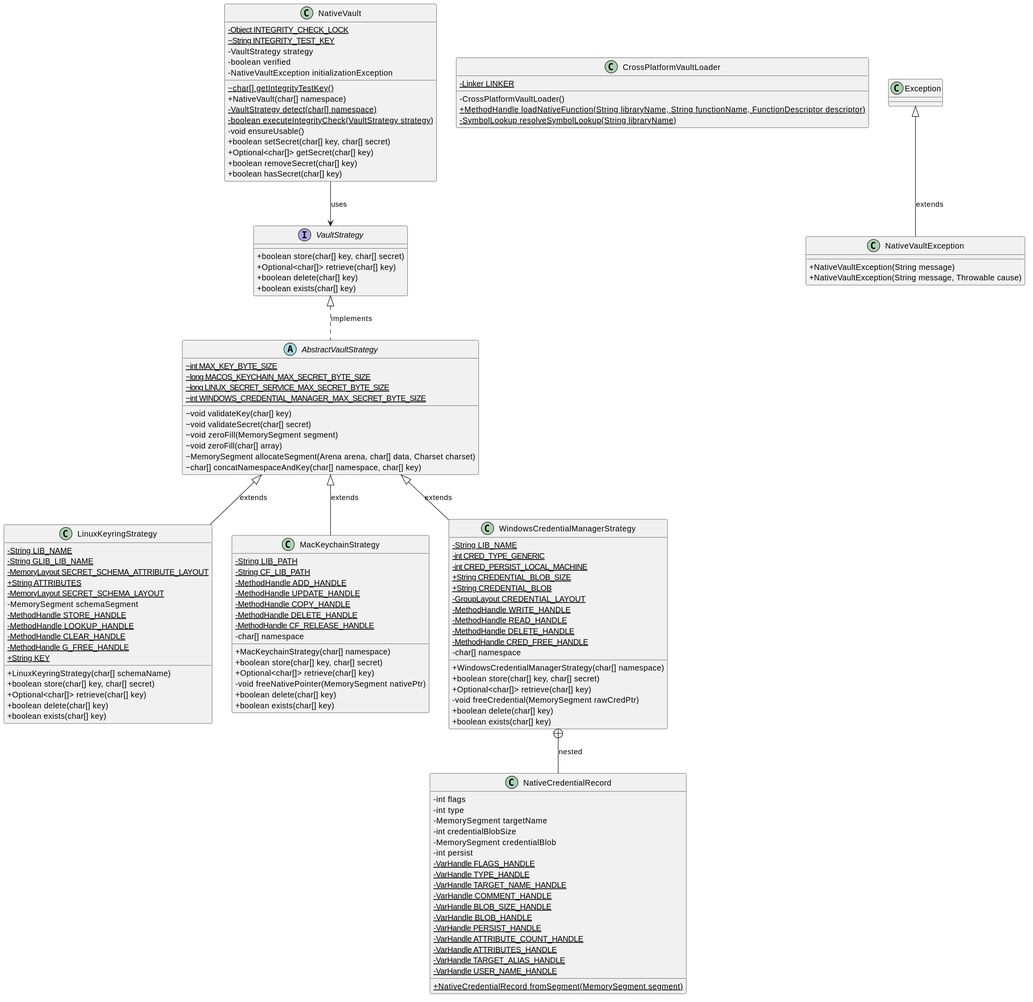
Earlier version of the PlantUML export .myresources/uml/class.svg (Lob2018/native-vault).
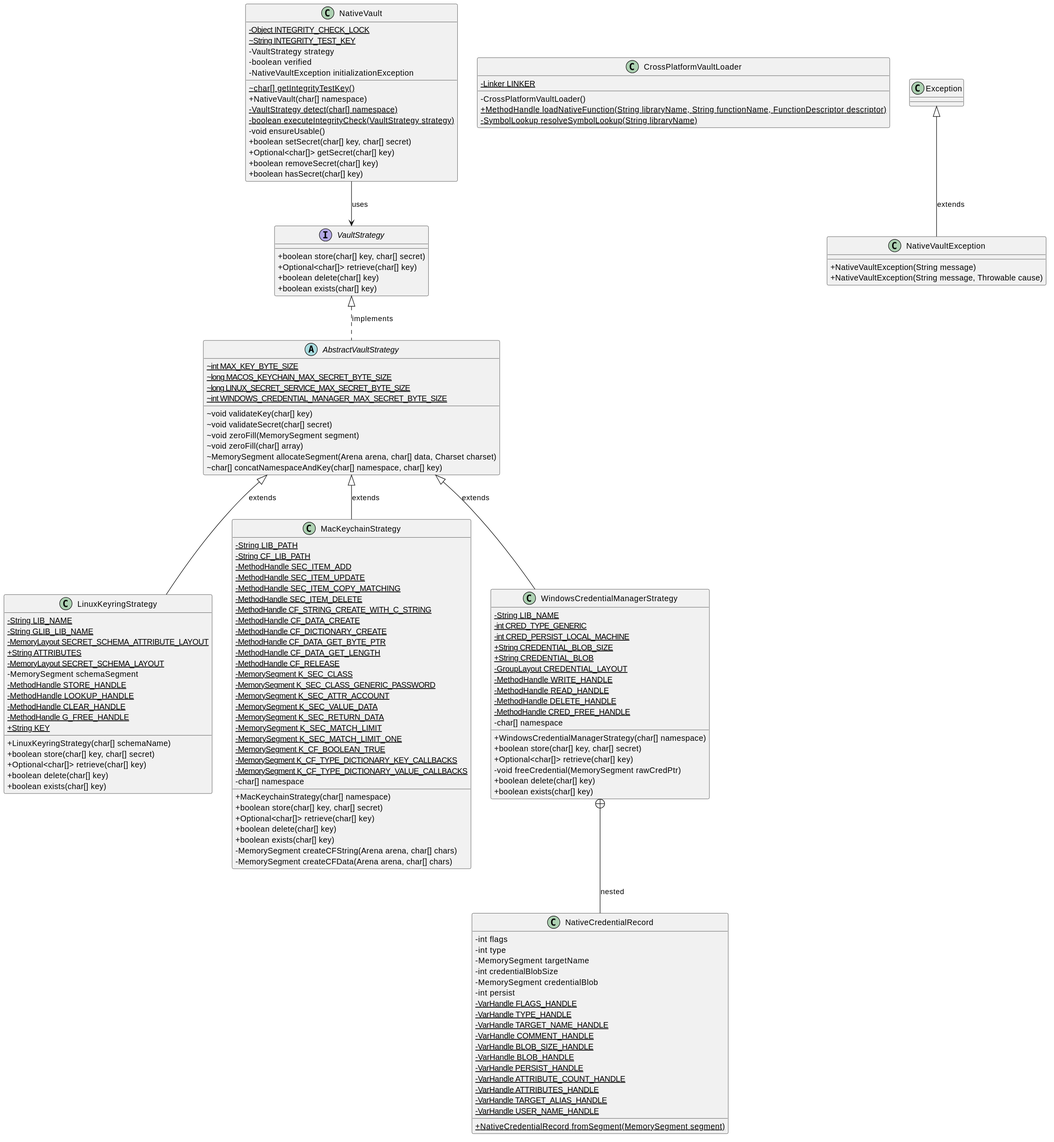
Above is the later version.

Diff of the diagram source:
```diff
@@ -43,18 +43,34 @@
 class MacKeychainStrategy {
     {static} - String LIB_PATH
     {static} - String CF_LIB_PATH
-    {static} - MethodHandle ADD_HANDLE
-    {static} - MethodHandle UPDATE_HANDLE
-    {static} - MethodHandle COPY_HANDLE
-    {static} - MethodHandle DELETE_HANDLE
-    {static} - MethodHandle CF_RELEASE_HANDLE
+    {static} - MethodHandle SEC_ITEM_ADD
+    {static} - MethodHandle SEC_ITEM_UPDATE
+    {static} - MethodHandle SEC_ITEM_COPY_MATCHING
+    {static} - MethodHandle SEC_ITEM_DELETE
+    {static} - MethodHandle CF_STRING_CREATE_WITH_C_STRING
+    {static} - MethodHandle CF_DATA_CREATE
+    {static} - MethodHandle CF_DICTIONARY_CREATE
+    {static} - MethodHandle CF_DATA_GET_BYTE_PTR
+    {static} - MethodHandle CF_DATA_GET_LENGTH
+    {static} - MethodHandle CF_RELEASE
+    {static} - MemorySegment K_SEC_CLASS
+    {static} - MemorySegment K_SEC_CLASS_GENERIC_PASSWORD
+    {static} - MemorySegment K_SEC_ATTR_ACCOUNT
+    {static} - MemorySegment K_SEC_VALUE_DATA
+    {static} - MemorySegment K_SEC_RETURN_DATA
+    {static} - MemorySegment K_SEC_MATCH_LIMIT
+    {static} - MemorySegment K_SEC_MATCH_LIMIT_ONE
+    {static} - MemorySegment K_CF_BOOLEAN_TRUE
+    {static} - MemorySegment K_CF_TYPE_DICTIONARY_KEY_CALLBACKS
+    {static} - MemorySegment K_CF_TYPE_DICTIONARY_VALUE_CALLBACKS
     - char[] namespace
     + MacKeychainStrategy(char[] namespace)
     + boolean store(char[] key, char[] secret)
     + Optional<char[]> retrieve(char[] key)
-    - void freeNativePointer(MemorySegment nativePtr)
     + boolean delete(char[] key)
     + boolean exists(char[] key)
+    - MemorySegment createCFString(Arena arena, char[] chars)
+    - MemorySegment createCFData(Arena arena, char[] chars)
 }
 
 class WindowsCredentialManagerStrategy {
```
